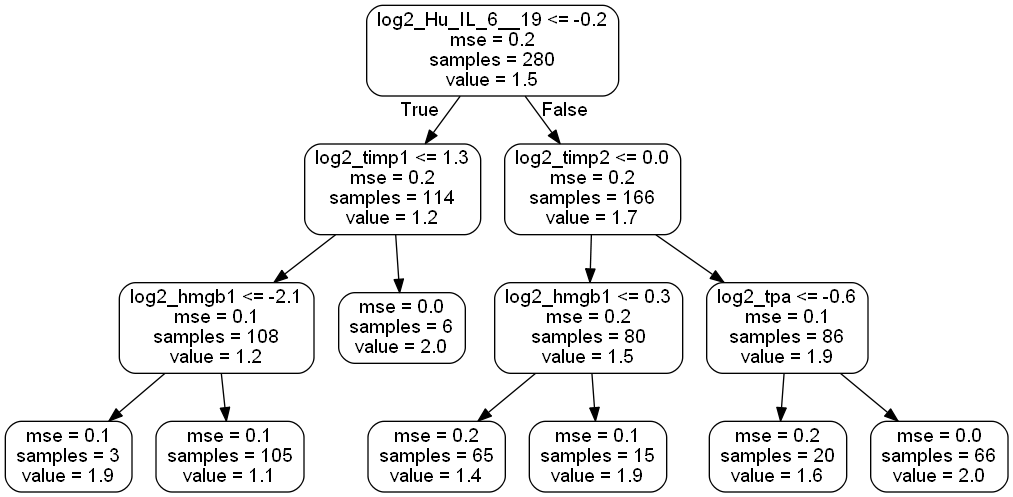
Earlier version of the Graphviz export small_tree.png (tliu-2/PROPPR). Its source is kept beside it as small_tree.dot.
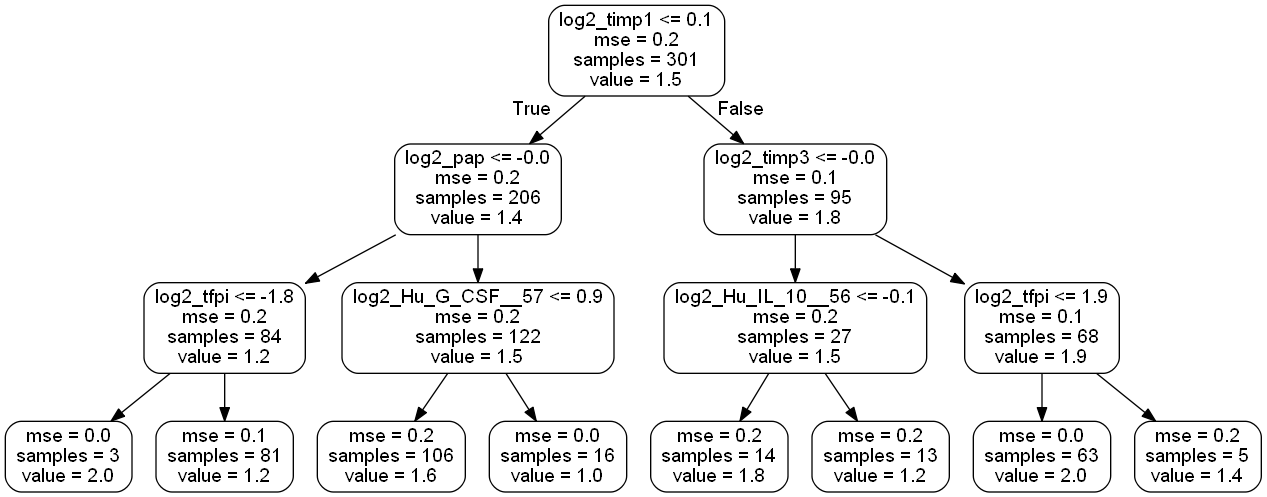
After the commit.

Diff of the diagram source:
```diff
@@ -1,29 +1,33 @@
 digraph Tree {
 node [shape=box, style="rounded", color="black", fontname=helvetica] ;
 edge [fontname=helvetica] ;
-0 [label="log2_Hu_IL_6__19 <= -0.2\nmse = 0.2\nsamples = 280\nvalue = 1.5"] ;
-1 [label="log2_timp1 <= 1.3\nmse = 0.2\nsamples = 114\nvalue = 1.2"] ;
+0 [label="log2_timp1 <= 0.1\nmse = 0.2\nsamples = 301\nvalue = 1.5"] ;
+1 [label="log2_pap <= -0.0\nmse = 0.2\nsamples = 206\nvalue = 1.4"] ;
 0 -> 1 [labeldistance=2.5, labelangle=45, headlabel="True"] ;
-2 [label="log2_hmgb1 <= -2.1\nmse = 0.1\nsamples = 108\nvalue = 1.2"] ;
+2 [label="log2_tfpi <= -1.8\nmse = 0.2\nsamples = 84\nvalue = 1.2"] ;
 1 -> 2 ;
-3 [label="mse = 0.1\nsamples = 3\nvalue = 1.9"] ;
+3 [label="mse = 0.0\nsamples = 3\nvalue = 2.0"] ;
 2 -> 3 ;
-4 [label="mse = 0.1\nsamples = 105\nvalue = 1.1"] ;
+4 [label="mse = 0.1\nsamples = 81\nvalue = 1.2"] ;
 2 -> 4 ;
-5 [label="mse = 0.0\nsamples = 6\nvalue = 2.0"] ;
+5 [label="log2_Hu_G_CSF__57 <= 0.9\nmse = 0.2\nsamples = 122\nvalue = 1.5"] ;
 1 -> 5 ;
-6 [label="log2_timp2 <= 0.0\nmse = 0.2\nsamples = 166\nvalue = 1.7"] ;
-0 -> 6 [labeldistance=2.5, labelangle=-45, headlabel="False"] ;
-7 [label="log2_hmgb1 <= 0.3\nmse = 0.2\nsamples = 80\nvalue = 1.5"] ;
-6 -> 7 ;
-8 [label="mse = 0.2\nsamples = 65\nvalue = 1.4"] ;
-7 -> 8 ;
-9 [label="mse = 0.1\nsamples = 15\nvalue = 1.9"] ;
-7 -> 9 ;
-10 [label="log2_tpa <= -0.6\nmse = 0.1\nsamples = 86\nvalue = 1.9"] ;
-6 -> 10 ;
-11 [label="mse = 0.2\nsamples = 20\nvalue = 1.6"] ;
-10 -> 11 ;
-12 [label="mse = 0.0\nsamples = 66\nvalue = 2.0"] ;
-10 -> 12 ;
+6 [label="mse = 0.2\nsamples = 106\nvalue = 1.6"] ;
+5 -> 6 ;
+7 [label="mse = 0.0\nsamples = 16\nvalue = 1.0"] ;
+5 -> 7 ;
+8 [label="log2_timp3 <= -0.0\nmse = 0.1\nsamples = 95\nvalue = 1.8"] ;
+0 -> 8 [labeldistance=2.5, labelangle=-45, headlabel="False"] ;
+9 [label="log2_Hu_IL_10__56 <= -0.1\nmse = 0.2\nsamples = 27\nvalue = 1.5"] ;
+8 -> 9 ;
+10 [label="mse = 0.2\nsamples = 14\nvalue = 1.8"] ;
+9 -> 10 ;
+11 [label="mse = 0.2\nsamples = 13\nvalue = 1.2"] ;
+9 -> 11 ;
+12 [label="log2_tfpi <= 1.9\nmse = 0.1\nsamples = 68\nvalue = 1.9"] ;
+8 -> 12 ;
+13 [label="mse = 0.0\nsamples = 63\nvalue = 2.0"] ;
+12 -> 13 ;
+14 [label="mse = 0.2\nsamples = 5\nvalue = 1.4"] ;
+12 -> 14 ;
 }
```
